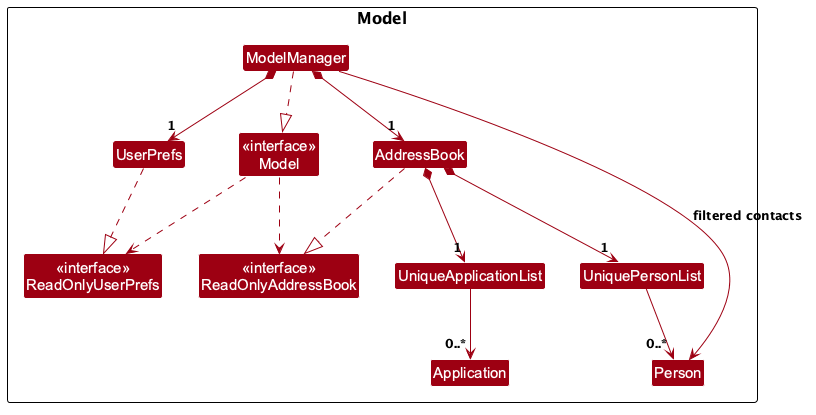
Before: docs/images/ModelClassDiagram.png, a diagram exported from PlantUML (AY2627S1-CS2103T-T12-3/tp).
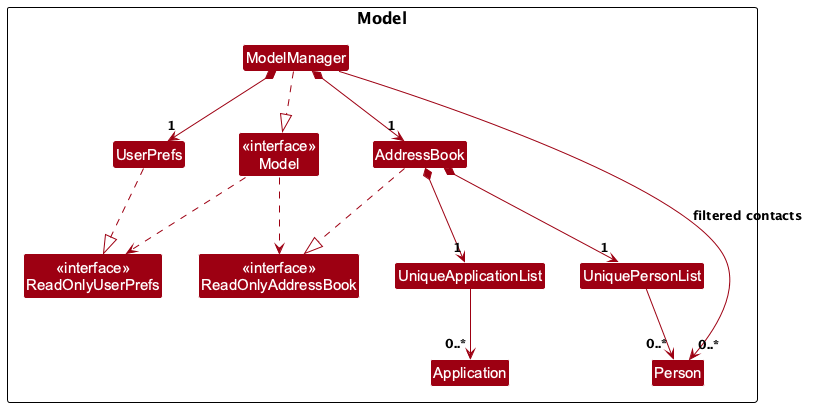
The same file after the commit.

Commit message:
Show filtered contact multiplicity

What changed in the source:
```diff
@@ -21,7 +21,7 @@
 Model ..> ReadOnlyUserPrefs
 ModelManager *--> "1" AddressBook
 ModelManager *--> "1" UserPrefs
-ModelManager --> Person : filtered contacts
+ModelManager --> "0..*" Person : filtered contacts
 AddressBook *--> "1" UniquePersonList
 AddressBook *--> "1" UniqueApplicationList
 UniquePersonList --> "0..*" Person
```
